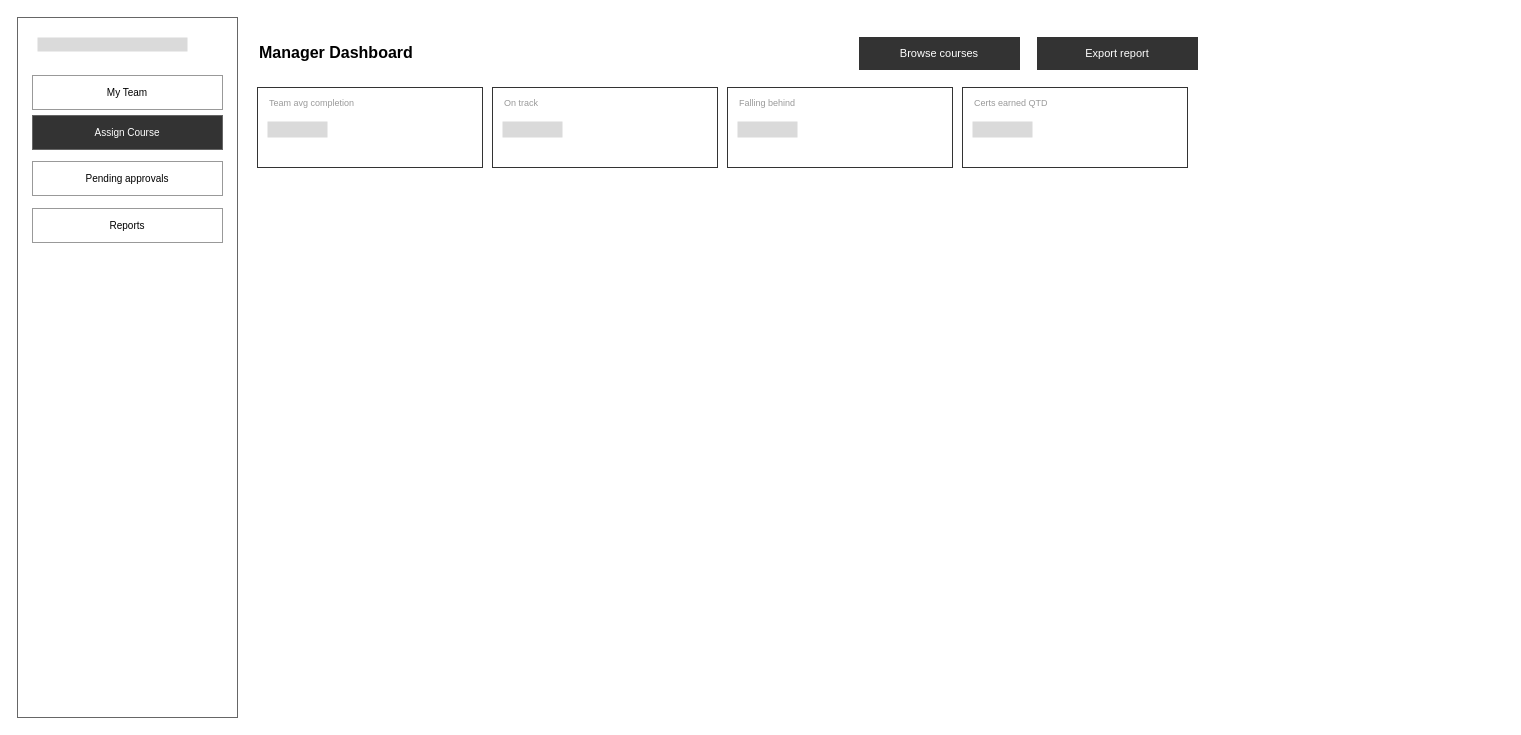
The draw.io diagram page "Assign Courses" (10 of 11) of docs/CourseWebsite_WireDiagram.drawio.xml in ShaniCodeBreaker/Coursify, before the edit. Source tidied: cells renumbered, new cells numbered last; positions are measured from the earlier drawing's top-left corner, leaving out a move shared by most shapes. Both pictures are drawn from the tidied source at 100%, with x=0, y=0 at pixel (17, 17).
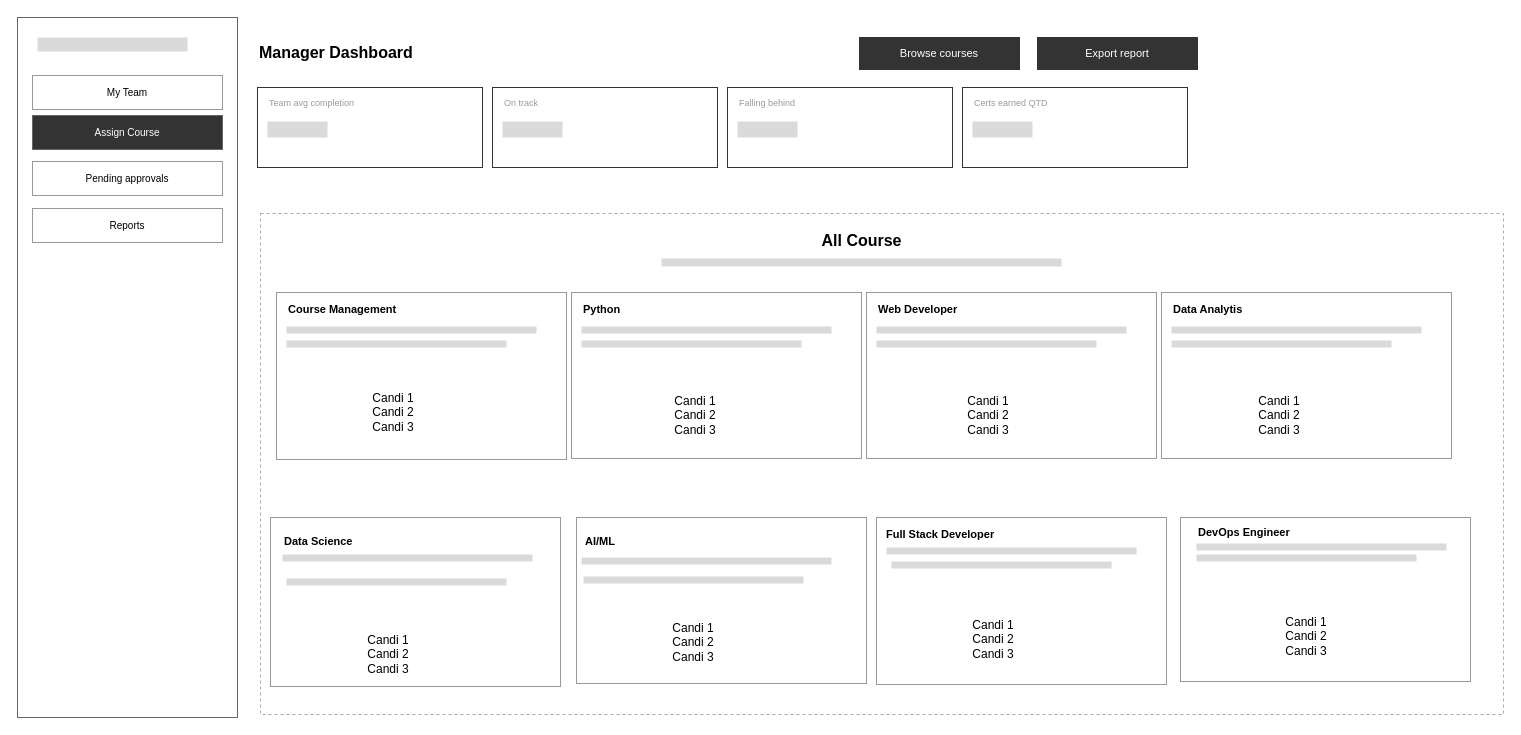
The same diagram, later.

Commit message:
Update wireframe diagram

The edit, as a diff of the source:
```diff
@@
+    <mxCell id="23" style="rounded=0;whiteSpace=wrap;html=1;fillColor=none;strokeColor=#AAAAAA;dashed=1;fontSize=10;fontColor=#AAAAAA;verticalAlign=top;align=left;spacingLeft=6;spacingTop=4;" parent="1" vertex="1">
+      <mxGeometry x="243" y="196" width="1243" height="501" as="geometry" />
+    </mxCell>
+    <mxCell id="24" value="All Course" style="text;html=1;fillColor=none;strokeColor=none;fontSize=12;fontStyle=1;align=left;verticalAlign=middle;fontSize=16;align=center;" parent="1" vertex="1">
+      <mxGeometry x="594" y="211" width="500" height="24" as="geometry" />
+    </mxCell>
+    <mxCell id="25" style="rounded=0;whiteSpace=wrap;html=1;fillColor=#FFFFFF;strokeColor=#666666;fontSize=11;align=center;verticalAlign=middle;fillColor=#DADADA;strokeColor=none;rounded=2;" parent="1" vertex="1">
+      <mxGeometry x="644" y="241" width="400" height="8" as="geometry" />
+    </mxCell>
+    <mxCell id="26" style="rounded=0;whiteSpace=wrap;html=1;fillColor=#FFFFFF;strokeColor=#666666;fontSize=11;align=center;verticalAlign=middle;strokeColor=#999999;align=left;verticalAlign=top;spacingLeft=10;spacingTop=10;" parent="1" vertex="1">
+      <mxGeometry x="259" y="275" width="290" height="167" as="geometry" />
+    </mxCell>
+    <mxCell id="27" value="Course Management" style="text;html=1;fillColor=none;strokeColor=none;fontSize=12;fontStyle=1;align=left;verticalAlign=middle;fontSize=11;" parent="1" vertex="1">
+      <mxGeometry x="269" y="283" width="270" height="18" as="geometry" />
+    </mxCell>
+    <mxCell id="28" style="rounded=0;whiteSpace=wrap;html=1;fillColor=#FFFFFF;strokeColor=#666666;fontSize=11;align=center;verticalAlign=middle;fillColor=#DADADA;strokeColor=none;rounded=2;" parent="1" vertex="1">
+      <mxGeometry x="269" y="309" width="250" height="7" as="geometry" />
+    </mxCell>
+    <mxCell id="29" style="rounded=0;whiteSpace=wrap;html=1;fillColor=#FFFFFF;strokeColor=#666666;fontSize=11;align=center;verticalAlign=middle;fillColor=#DADADA;strokeColor=none;rounded=2;" parent="1" vertex="1">
+      <mxGeometry x="269" y="323" width="220" height="7" as="geometry" />
+    </mxCell>
+    <mxCell id="30" style="rounded=0;whiteSpace=wrap;html=1;fillColor=#FFFFFF;strokeColor=#666666;fontSize=11;align=center;verticalAlign=middle;strokeColor=#999999;align=left;verticalAlign=top;spacingLeft=10;spacingTop=10;" parent="1" vertex="1">
+      <mxGeometry x="554" y="275" width="290" height="166" as="geometry" />
+    </mxCell>
+    <mxCell id="31" value="Python" style="text;html=1;fillColor=none;strokeColor=none;fontSize=12;fontStyle=1;align=left;verticalAlign=middle;fontSize=11;" parent="1" vertex="1">
+      <mxGeometry x="564" y="283" width="270" height="18" as="geometry" />
+    </mxCell>
+    <mxCell id="32" style="rounded=0;whiteSpace=wrap;html=1;fillColor=#FFFFFF;strokeColor=#666666;fontSize=11;align=center;verticalAlign=middle;fillColor=#DADADA;strokeColor=none;rounded=2;" parent="1" vertex="1">
+      <mxGeometry x="564" y="309" width="250" height="7" as="geometry" />
+    </mxCell>
+    <mxCell id="33" style="rounded=0;whiteSpace=wrap;html=1;fillColor=#FFFFFF;strokeColor=#666666;fontSize=11;align=center;verticalAlign=middle;fillColor=#DADADA;strokeColor=none;rounded=2;" parent="1" vertex="1">
+      <mxGeometry x="564" y="323" width="220" height="7" as="geometry" />
+    </mxCell>
+    <mxCell id="34" style="rounded=0;whiteSpace=wrap;html=1;fillColor=#FFFFFF;strokeColor=#666666;fontSize=11;align=center;verticalAlign=middle;strokeColor=#999999;align=left;verticalAlign=top;spacingLeft=10;spacingTop=10;" parent="1" vertex="1">
+      <mxGeometry x="849" y="275" width="290" height="166" as="geometry" />
+    </mxCell>
+    <mxCell id="35" value="Web Developer" style="text;html=1;fillColor=none;strokeColor=none;fontSize=12;fontStyle=1;align=left;verticalAlign=middle;fontSize=11;" parent="1" vertex="1">
+      <mxGeometry x="859" y="283" width="270" height="18" as="geometry" />
+    </mxCell>
+    <mxCell id="36" style="rounded=0;whiteSpace=wrap;html=1;fillColor=#FFFFFF;strokeColor=#666666;fontSize=11;align=center;verticalAlign=middle;fillColor=#DADADA;strokeColor=none;rounded=2;" parent="1" vertex="1">
+      <mxGeometry x="859" y="309" width="250" height="7" as="geometry" />
+    </mxCell>
+    <mxCell id="37" style="rounded=0;whiteSpace=wrap;html=1;fillColor=#FFFFFF;strokeColor=#666666;fontSize=11;align=center;verticalAlign=middle;fillColor=#DADADA;strokeColor=none;rounded=2;" parent="1" vertex="1">
+      <mxGeometry x="859" y="323" width="220" height="7" as="geometry" />
+    </mxCell>
+    <mxCell id="38" style="rounded=0;whiteSpace=wrap;html=1;fillColor=#FFFFFF;strokeColor=#666666;fontSize=11;align=center;verticalAlign=middle;strokeColor=#999999;align=left;verticalAlign=top;spacingLeft=10;spacingTop=10;" parent="1" vertex="1">
+      <mxGeometry x="1144" y="275" width="290" height="166" as="geometry" />
+    </mxCell>
+    <mxCell id="39" value="Data Analytis" style="text;html=1;fillColor=none;strokeColor=none;fontSize=12;fontStyle=1;align=left;verticalAlign=middle;fontSize=11;" parent="1" vertex="1">
+      <mxGeometry x="1154" y="283" width="270" height="18" as="geometry" />
+    </mxCell>
+    <mxCell id="40" style="rounded=0;whiteSpace=wrap;html=1;fillColor=#FFFFFF;strokeColor=#666666;fontSize=11;align=center;verticalAlign=middle;fillColor=#DADADA;strokeColor=none;rounded=2;" parent="1" vertex="1">
+      <mxGeometry x="1154" y="309" width="250" height="7" as="geometry" />
+    </mxCell>
+    <mxCell id="41" style="rounded=0;whiteSpace=wrap;html=1;fillColor=#FFFFFF;strokeColor=#666666;fontSize=11;align=center;verticalAlign=middle;fillColor=#DADADA;strokeColor=none;rounded=2;" parent="1" vertex="1">
+      <mxGeometry x="1154" y="323" width="220" height="7" as="geometry" />
+    </mxCell>
+    <mxCell id="42" style="rounded=0;whiteSpace=wrap;html=1;fillColor=#FFFFFF;strokeColor=#666666;fontSize=11;align=center;verticalAlign=middle;strokeColor=#999999;align=left;verticalAlign=top;spacingLeft=10;spacingTop=10;" parent="1" vertex="1">
+      <mxGeometry x="253" y="500" width="290" height="169" as="geometry" />
+    </mxCell>
+    <mxCell id="43" value="Data Science" style="text;html=1;fillColor=none;strokeColor=none;fontSize=12;fontStyle=1;align=left;verticalAlign=middle;fontSize=11;" parent="1" vertex="1">
+      <mxGeometry x="265" y="515" width="270" height="18" as="geometry" />
+    </mxCell>
+    <mxCell id="44" style="rounded=0;whiteSpace=wrap;html=1;fillColor=#FFFFFF;strokeColor=#666666;fontSize=11;align=center;verticalAlign=middle;fillColor=#DADADA;strokeColor=none;rounded=2;" parent="1" vertex="1">
+      <mxGeometry x="265" y="537" width="250" height="7" as="geometry" />
+    </mxCell>
+    <mxCell id="45" style="rounded=0;whiteSpace=wrap;html=1;fillColor=#FFFFFF;strokeColor=#666666;fontSize=11;align=center;verticalAlign=middle;fillColor=#DADADA;strokeColor=none;rounded=2;" parent="1" vertex="1">
+      <mxGeometry x="269" y="561" width="220" height="7" as="geometry" />
+    </mxCell>
+    <mxCell id="46" style="rounded=0;whiteSpace=wrap;html=1;fillColor=#FFFFFF;strokeColor=#666666;fontSize=11;align=center;verticalAlign=middle;strokeColor=#999999;align=left;verticalAlign=top;spacingLeft=10;spacingTop=10;" parent="1" vertex="1">
+      <mxGeometry x="559" y="500" width="290" height="166" as="geometry" />
+    </mxCell>
+    <mxCell id="47" value="AI/ML" style="text;html=1;fillColor=none;strokeColor=none;fontSize=12;fontStyle=1;align=left;verticalAlign=middle;fontSize=11;" parent="1" vertex="1">
+      <mxGeometry x="566" y="515" width="270" height="18" as="geometry" />
+    </mxCell>
+    <mxCell id="48" style="rounded=0;whiteSpace=wrap;html=1;fillColor=#FFFFFF;strokeColor=#666666;fontSize=11;align=center;verticalAlign=middle;fillColor=#DADADA;strokeColor=none;rounded=2;" parent="1" vertex="1">
+      <mxGeometry x="564" y="540" width="250" height="7" as="geometry" />
+    </mxCell>
+    <mxCell id="49" style="rounded=0;whiteSpace=wrap;html=1;fillColor=#FFFFFF;strokeColor=#666666;fontSize=11;align=center;verticalAlign=middle;fillColor=#DADADA;strokeColor=none;rounded=2;" parent="1" vertex="1">
+      <mxGeometry x="566" y="559" width="220" height="7" as="geometry" />
+    </mxCell>
+    <mxCell id="50" style="rounded=0;whiteSpace=wrap;html=1;fillColor=#FFFFFF;strokeColor=#666666;fontSize=11;align=center;verticalAlign=middle;strokeColor=#999999;align=left;verticalAlign=top;spacingLeft=10;spacingTop=10;" parent="1" vertex="1">
+      <mxGeometry x="859" y="500" width="290" height="167" as="geometry" />
+    </mxCell>
+    <mxCell id="51" value="Full Stack Developer" style="text;html=1;fillColor=none;strokeColor=none;fontSize=12;fontStyle=1;align=left;verticalAlign=middle;fontSize=11;" parent="1" vertex="1">
+      <mxGeometry x="867" y="508" width="270" height="18" as="geometry" />
+    </mxCell>
+    <mxCell id="52" style="rounded=0;whiteSpace=wrap;html=1;fillColor=#FFFFFF;strokeColor=#666666;fontSize=11;align=center;verticalAlign=middle;fillColor=#DADADA;strokeColor=none;rounded=2;" parent="1" vertex="1">
+      <mxGeometry x="869" y="530" width="250" height="7" as="geometry" />
+    </mxCell>
+    <mxCell id="53" style="rounded=0;whiteSpace=wrap;html=1;fillColor=#FFFFFF;strokeColor=#666666;fontSize=11;align=center;verticalAlign=middle;fillColor=#DADADA;strokeColor=none;rounded=2;" parent="1" vertex="1">
+      <mxGeometry x="874" y="544" width="220" height="7" as="geometry" />
+    </mxCell>
+    <mxCell id="54" style="rounded=0;whiteSpace=wrap;html=1;fillColor=#FFFFFF;strokeColor=#666666;fontSize=11;align=center;verticalAlign=middle;strokeColor=#999999;align=left;verticalAlign=top;spacingLeft=10;spacingTop=10;" parent="1" vertex="1">
+      <mxGeometry x="1163" y="500" width="290" height="164" as="geometry" />
+    </mxCell>
+    <mxCell id="55" value="DevOps Engineer" style="text;html=1;fillColor=none;strokeColor=none;fontSize=12;fontStyle=1;align=left;verticalAlign=middle;fontSize=11;" parent="1" vertex="1">
+      <mxGeometry x="1179" y="506" width="270" height="18" as="geometry" />
+    </mxCell>
+    <mxCell id="56" style="rounded=0;whiteSpace=wrap;html=1;fillColor=#FFFFFF;strokeColor=#666666;fontSize=11;align=center;verticalAlign=middle;fillColor=#DADADA;strokeColor=none;rounded=2;" parent="1" vertex="1">
+      <mxGeometry x="1179" y="526" width="250" height="7" as="geometry" />
+    </mxCell>
+    <mxCell id="57" style="rounded=0;whiteSpace=wrap;html=1;fillColor=#FFFFFF;strokeColor=#666666;fontSize=11;align=center;verticalAlign=middle;fillColor=#DADADA;strokeColor=none;rounded=2;" parent="1" vertex="1">
+      <mxGeometry x="1179" y="537" width="220" height="7" as="geometry" />
+    </mxCell>
+    <mxCell id="58" value="Candi 1&lt;div&gt;Candi 2&lt;/div&gt;&lt;div&gt;Candi 3&lt;/div&gt;" style="text;html=1;whiteSpace=wrap;strokeColor=none;fillColor=none;align=center;verticalAlign=middle;rounded=0;" parent="1" vertex="1">
+      <mxGeometry x="274" y="376" width="204" height="38" as="geometry" />
+    </mxCell>
+    <mxCell id="59" value="Candi 1&lt;div&gt;Candi 2&lt;/div&gt;&lt;div&gt;Candi 3&lt;/div&gt;" style="text;html=1;whiteSpace=wrap;strokeColor=none;fillColor=none;align=center;verticalAlign=middle;rounded=0;" parent="1" vertex="1">
+      <mxGeometry x="576" y="379" width="204" height="38" as="geometry" />
+    </mxCell>
+    <mxCell id="60" value="Candi 1&lt;div&gt;Candi 2&lt;/div&gt;&lt;div&gt;Candi 3&lt;/div&gt;" style="text;html=1;whiteSpace=wrap;strokeColor=none;fillColor=none;align=center;verticalAlign=middle;rounded=0;" parent="1" vertex="1">
+      <mxGeometry x="869" y="379" width="204" height="38" as="geometry" />
+    </mxCell>
+    <mxCell id="61" value="Candi 1&lt;div&gt;Candi 2&lt;/div&gt;&lt;div&gt;Candi 3&lt;/div&gt;" style="text;html=1;whiteSpace=wrap;strokeColor=none;fillColor=none;align=center;verticalAlign=middle;rounded=0;" parent="1" vertex="1">
+      <mxGeometry x="1160" y="379" width="204" height="38" as="geometry" />
+    </mxCell>
+    <mxCell id="62" value="Candi 1&lt;div&gt;Candi 2&lt;/div&gt;&lt;div&gt;Candi 3&lt;/div&gt;" style="text;html=1;whiteSpace=wrap;strokeColor=none;fillColor=none;align=center;verticalAlign=middle;rounded=0;" parent="1" vertex="1">
+      <mxGeometry x="1187" y="600" width="204" height="38" as="geometry" />
+    </mxCell>
+    <mxCell id="63" value="Candi 1&lt;div&gt;Candi 2&lt;/div&gt;&lt;div&gt;Candi 3&lt;/div&gt;" style="text;html=1;whiteSpace=wrap;strokeColor=none;fillColor=none;align=center;verticalAlign=middle;rounded=0;" parent="1" vertex="1">
+      <mxGeometry x="874" y="603" width="204" height="38" as="geometry" />
+    </mxCell>
+    <mxCell id="64" value="Candi 1&lt;div&gt;Candi 2&lt;/div&gt;&lt;div&gt;Candi 3&lt;/div&gt;" style="text;html=1;whiteSpace=wrap;strokeColor=none;fillColor=none;align=center;verticalAlign=middle;rounded=0;" parent="1" vertex="1">
+      <mxGeometry x="574" y="606" width="204" height="38" as="geometry" />
+    </mxCell>
+    <mxCell id="65" value="Candi 1&lt;div&gt;Candi 2&lt;/div&gt;&lt;div&gt;Candi 3&lt;/div&gt;" style="text;html=1;whiteSpace=wrap;strokeColor=none;fillColor=none;align=center;verticalAlign=middle;rounded=0;" parent="1" vertex="1">
+      <mxGeometry x="269" y="618" width="204" height="38" as="geometry" />
+    </mxCell>
```
